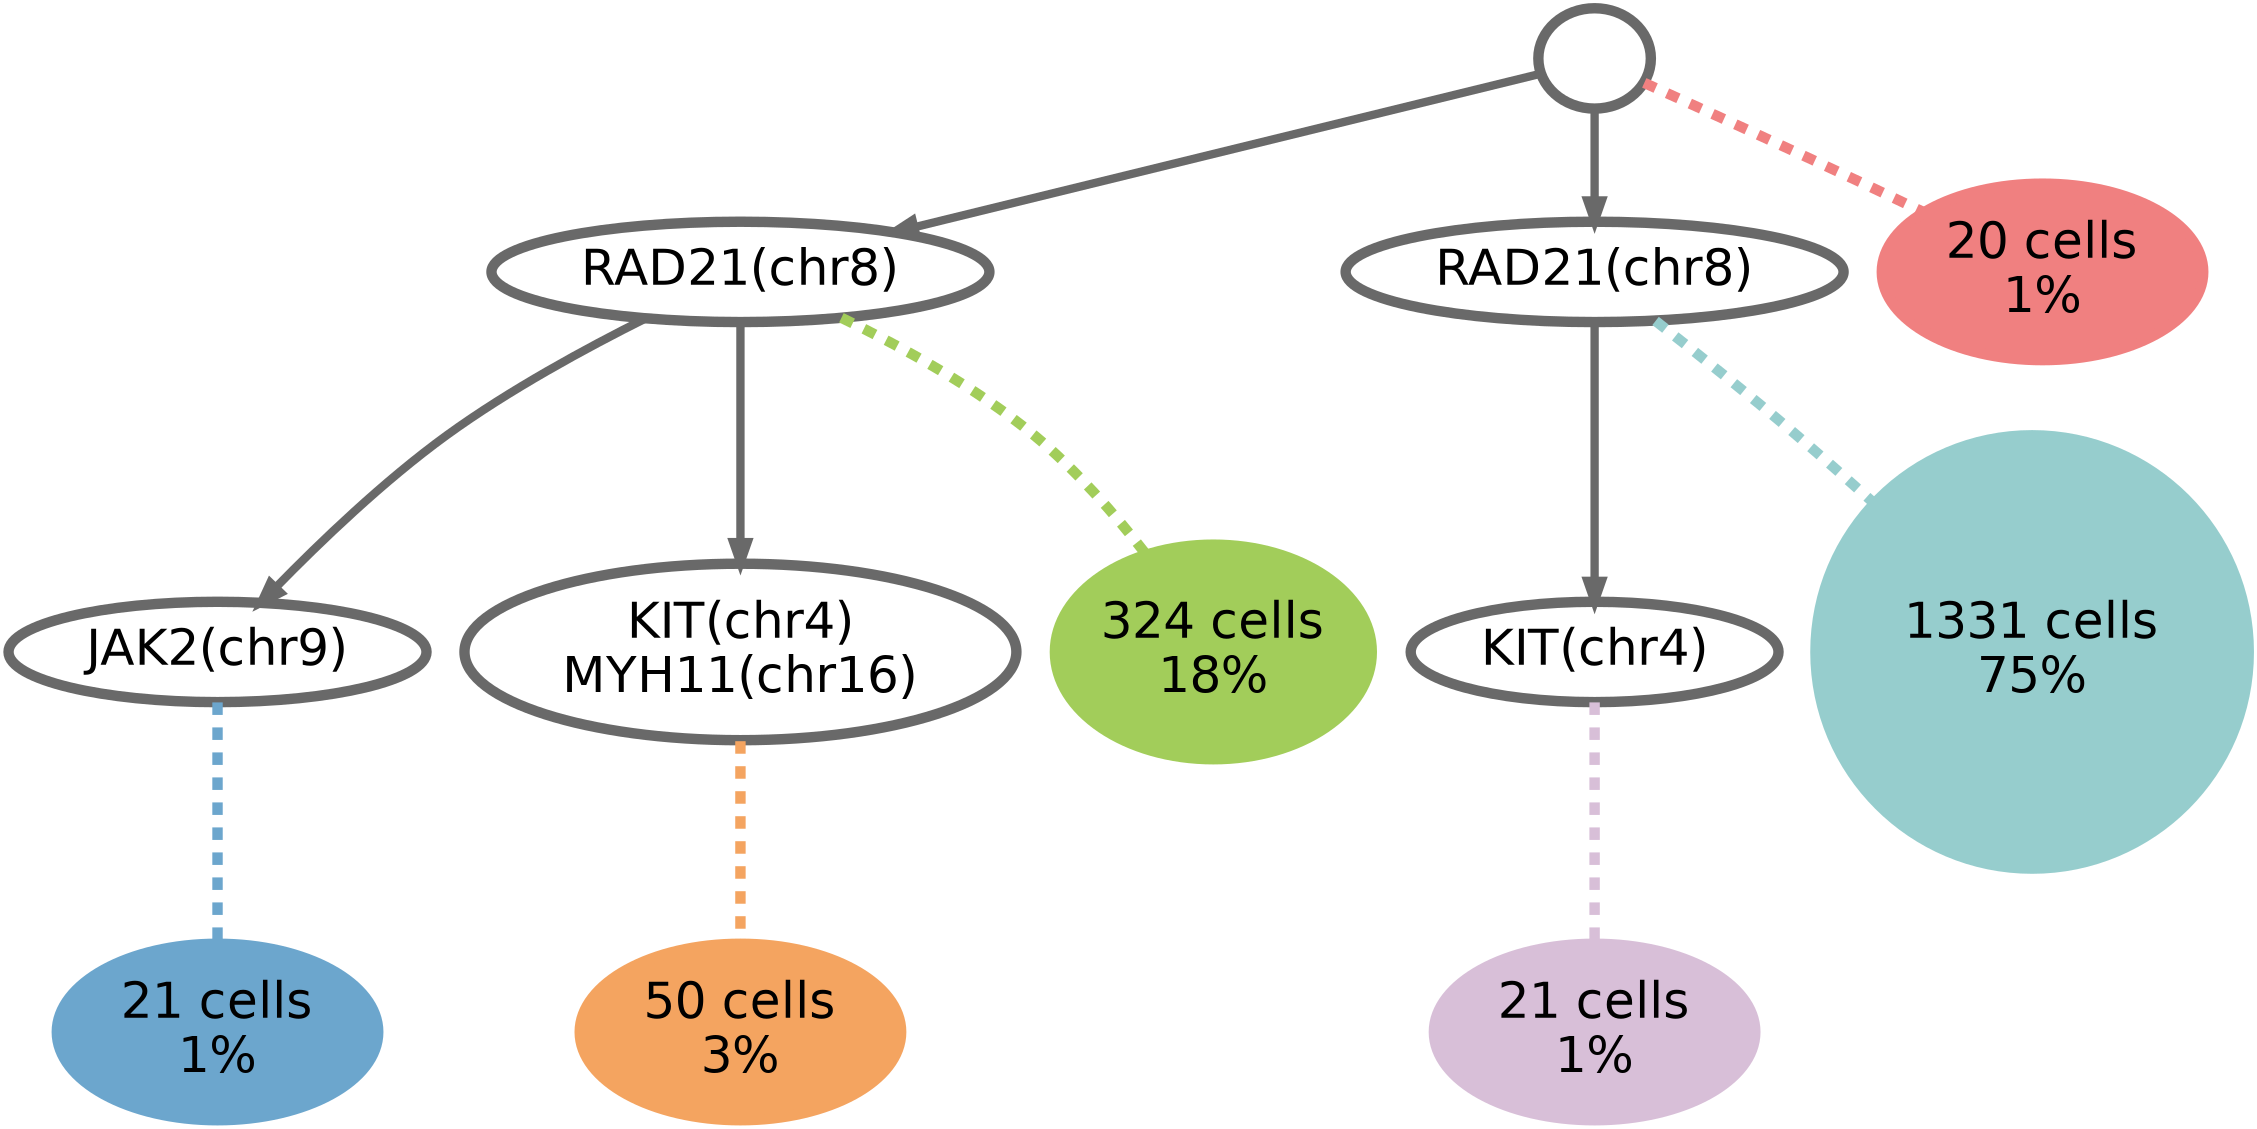
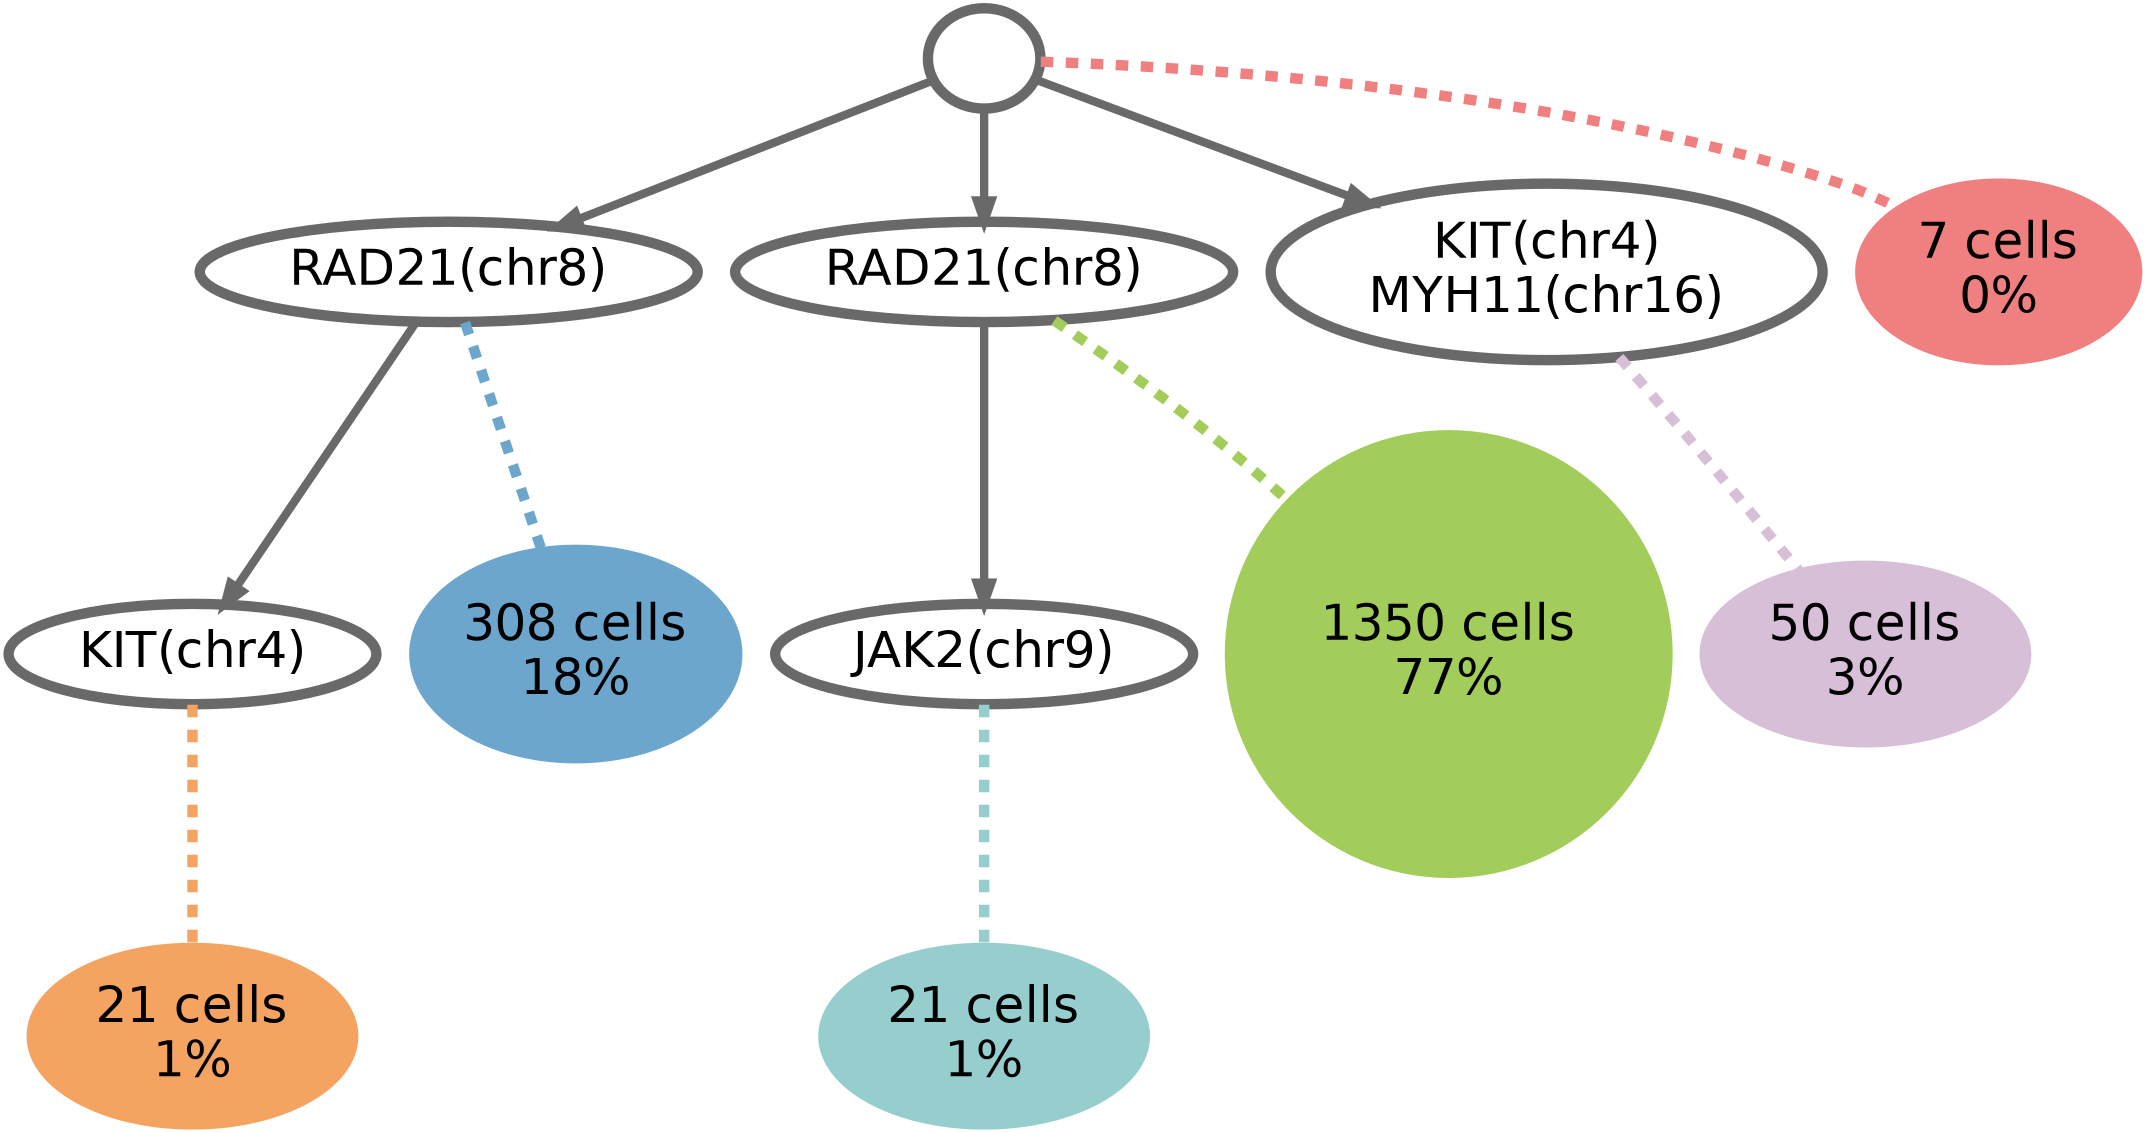
digraph G{
node [color=dimgray fontsize=24 fontcolor=black fontname=Helvetica penwidth=5];
- 5 -> 1 [color=dimgray penwidth=4 weight=2];
- 5 -> 2 [color=dimgray penwidth=4 weight=2];
- 0 -> 3 [color=dimgray penwidth=4 weight=2];
- 3 -> 4 [color=dimgray penwidth=4 weight=2];
+ 0 -> 1 [color=dimgray penwidth=4 weight=2];
+ 1 -> 2 [color=dimgray penwidth=4 weight=2];
+ 5 -> 3 [color=dimgray penwidth=4 weight=2];
+ 0 -> 4 [color=dimgray penwidth=4 weight=2];
0 -> 5 [color=dimgray penwidth=4 weight=2];
0[label=< >];
- 1[label=<JAK2(chr9)<br/>>];
- 2[label=<KIT(chr4)<br/>MYH11(chr16)<br/>>];
- 3[label=<RAD21(chr8)<br/>>];
- 4[label=<KIT(chr4)<br/>>];
+ 1[label=<RAD21(chr8)<br/>>];
+ 2[label=<KIT(chr4)<br/>>];
+ 3[label=<JAK2(chr9)<br/>>];
+ 4[label=<KIT(chr4)<br/>MYH11(chr16)<br/>>];
5[label=<RAD21(chr8)<br/>>];
0 -> 6 [dir=none style=dashed weight=1 penwidth=5 color=lightcoral];
1 -> 7 [dir=none style=dashed weight=1 penwidth=5 color=skyblue3];
2 -> 8 [dir=none style=dashed weight=1 penwidth=5 color=sandybrown];
3 -> 9 [dir=none style=dashed weight=1 penwidth=5 color=paleturquoise3];
4 -> 10 [dir=none style=dashed weight=1 penwidth=5 color=thistle];
5 -> 11 [dir=none style=dashed weight=1 penwidth=5 color=darkolivegreen3];
- 6[label="20 cells\n1\%" style = filled width=0.35463 height=0.35463 color=lightcoral];
- 7[label="21 cells\n1\%" style = filled width=0.363388 height=0.363388 color=skyblue3];
- 8[label="50 cells\n3\%" style = filled width=0.560719 height=0.560719 color=sandybrown];
- 9[label="1331 cells\n75\%" style = filled width=2.89301 height=2.89301 color=paleturquoise3];
- 10[label="21 cells\n1\%" style = filled width=0.363388 height=0.363388 color=thistle];
- 11[label="324 cells\n18\%" style = filled width=1.42736 height=1.42736 color=darkolivegreen3];
+ 6[label="7 cells\n0\%" style = filled width=0.210398 height=0.210398 color=lightcoral];
+ 7[label="308 cells\n18\%" style = filled width=1.39562 height=1.39562 color=skyblue3];
+ 8[label="21 cells\n1\%" style = filled width=0.36442 height=0.36442 color=sandybrown];
+ 9[label="21 cells\n1\%" style = filled width=0.36442 height=0.36442 color=paleturquoise3];
+ 10[label="50 cells\n3\%" style = filled width=0.562313 height=0.562313 color=thistle];
+ 11[label="1350 cells\n77\%" style = filled width=2.92186 height=2.92186 color=darkolivegreen3];
}
